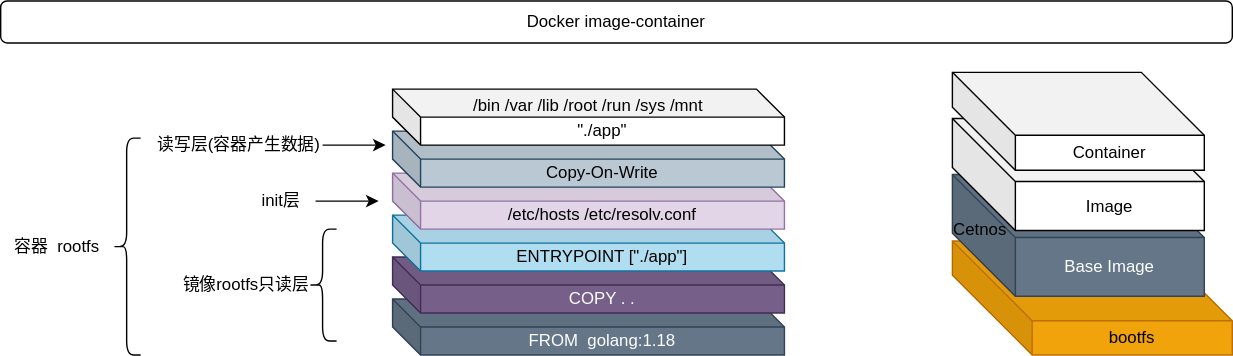
cd-home/Root keeps this draw.io diagram as 10-容器与容器云/00-Docker/images/docker-images.svg. Above is the earlier version. Source tidied: cells renumbered, new cells last; positions are measured from the earlier drawing's top-left corner, leaving out a move shared by most shapes. The source it was exported from:
```xml
<mxGraphModel>
  <root>
    <mxCell id="0" />
    <mxCell id="1" parent="0" />
    <mxCell id="2" value="Docker image-container" style="rounded=1;whiteSpace=wrap;html=1;" parent="1" vertex="1">
      <mxGeometry width="880" height="30" as="geometry" />
    </mxCell>
    <mxCell id="3" style="edgeStyle=orthogonalEdgeStyle;rounded=0;orthogonalLoop=1;jettySize=auto;html=1;exitX=0.5;exitY=1;exitDx=0;exitDy=0;" parent="1" edge="1" source="2" target="2">
      <mxGeometry relative="1" as="geometry" />
    </mxCell>
    <mxCell id="4" value="FROM&amp;nbsp; golang:1.18" style="shape=cube;whiteSpace=wrap;html=1;boundedLbl=1;backgroundOutline=1;darkOpacity=0.05;darkOpacity2=0.1;fillColor=#647687;fontColor=#ffffff;strokeColor=#314354;" parent="1" vertex="1">
      <mxGeometry x="280" y="213" width="280" height="40" as="geometry" />
    </mxCell>
    <mxCell id="5" value="COPY . ." style="shape=cube;whiteSpace=wrap;html=1;boundedLbl=1;backgroundOutline=1;darkOpacity=0.05;darkOpacity2=0.1;fillColor=#76608a;fontColor=#ffffff;strokeColor=#432D57;" parent="1" vertex="1">
      <mxGeometry x="280" y="183" width="280" height="40" as="geometry" />
    </mxCell>
    <mxCell id="6" value="ENTRYPOINT [&quot;./app&quot;]" style="shape=cube;whiteSpace=wrap;html=1;boundedLbl=1;backgroundOutline=1;darkOpacity=0.05;darkOpacity2=0.1;fillColor=#b1ddf0;strokeColor=#10739e;" parent="1" vertex="1">
      <mxGeometry x="280" y="153" width="280" height="40" as="geometry" />
    </mxCell>
    <mxCell id="7" value="/etc/hosts /etc/resolv.conf" style="shape=cube;whiteSpace=wrap;html=1;boundedLbl=1;backgroundOutline=1;darkOpacity=0.05;darkOpacity2=0.1;fillColor=#e1d5e7;strokeColor=#9673a6;" parent="1" vertex="1">
      <mxGeometry x="280" y="123" width="280" height="40" as="geometry" />
    </mxCell>
    <mxCell id="8" value="Copy-On-Write" style="shape=cube;whiteSpace=wrap;html=1;boundedLbl=1;backgroundOutline=1;darkOpacity=0.05;darkOpacity2=0.1;fillColor=#bac8d3;strokeColor=#23445d;" parent="1" vertex="1">
      <mxGeometry x="280" y="93" width="280" height="40" as="geometry" />
    </mxCell>
    <mxCell id="9" value="&quot;./app&quot;" style="shape=cube;whiteSpace=wrap;html=1;boundedLbl=1;backgroundOutline=1;darkOpacity=0.05;darkOpacity2=0.1;" parent="1" vertex="1">
      <mxGeometry x="280" y="63" width="280" height="40" as="geometry" />
    </mxCell>
    <mxCell id="10" value="/bin /var /lib /root /run /sys /mnt" style="text;html=1;strokeColor=none;fillColor=none;align=center;verticalAlign=middle;whiteSpace=wrap;rounded=0;" parent="1" vertex="1">
      <mxGeometry x="335" y="60" width="170" height="30" as="geometry" />
    </mxCell>
    <mxCell id="11" style="shape=curlyBracket;whiteSpace=wrap;html=1;rounded=1;" parent="1" vertex="1">
      <mxGeometry x="220" y="163" width="20" height="80" as="geometry" />
    </mxCell>
    <mxCell id="12" value="镜像rootfs只读层" style="text;html=1;align=center;verticalAlign=middle;strokeColor=none;fillColor=none;" parent="1" vertex="1">
      <mxGeometry x="120" y="188" width="110" height="30" as="geometry" />
    </mxCell>
    <mxCell id="13" style="endArrow=classic;html=1;rounded=0;" parent="1" edge="1" source="14">
      <mxGeometry relative="1" as="geometry">
        <mxPoint x="270" y="143" as="targetPoint" />
      </mxGeometry>
    </mxCell>
    <mxCell id="14" value="init层" style="text;html=1;align=center;verticalAlign=middle;points=[];strokeColor=none;fillColor=none;" parent="1" vertex="1">
      <mxGeometry x="175" y="128" width="50" height="30" as="geometry" />
    </mxCell>
    <mxCell id="15" style="endArrow=classic;html=1;rounded=0;" parent="1" edge="1">
      <mxGeometry relative="1" as="geometry">
        <mxPoint x="230" y="103" as="sourcePoint" />
        <mxPoint x="275" y="103" as="targetPoint" />
      </mxGeometry>
    </mxCell>
    <mxCell id="16" value="读写层(容器产生数据)" style="text;html=1;align=center;verticalAlign=middle;strokeColor=none;fillColor=none;" parent="1" vertex="1">
      <mxGeometry x="100" y="88" width="140" height="30" as="geometry" />
    </mxCell>
    <mxCell id="17" style="shape=curlyBracket;whiteSpace=wrap;html=1;rounded=1;" parent="1" vertex="1">
      <mxGeometry x="80" y="98" width="20" height="155" as="geometry" />
    </mxCell>
    <mxCell id="18" value="容器&amp;nbsp; rootfs" style="text;html=1;align=center;verticalAlign=middle;strokeColor=none;fillColor=none;" parent="1" vertex="1">
      <mxGeometry y="160.5" width="80" height="30" as="geometry" />
    </mxCell>
    <mxCell id="19" value="bootfs" style="shape=cube;whiteSpace=wrap;html=1;boundedLbl=1;backgroundOutline=1;darkOpacity=0.05;darkOpacity2=0.1;size=57;fillColor=#f0a30a;strokeColor=#BD7000;fontColor=#000000;" parent="1" vertex="1">
      <mxGeometry x="680" y="171.5" width="200" height="81.5" as="geometry" />
    </mxCell>
    <mxCell id="20" value="Base Image" style="shape=cube;whiteSpace=wrap;html=1;boundedLbl=1;backgroundOutline=1;darkOpacity=0.05;darkOpacity2=0.1;size=45;fillColor=#647687;fontColor=#ffffff;strokeColor=#314354;" parent="1" vertex="1">
      <mxGeometry x="680" y="124" width="180" height="87" as="geometry" />
    </mxCell>
    <mxCell id="21" value="Image" style="shape=cube;whiteSpace=wrap;html=1;boundedLbl=1;backgroundOutline=1;darkOpacity=0.05;darkOpacity2=0.1;size=45;" parent="1" vertex="1">
      <mxGeometry x="680" y="84" width="180" height="80" as="geometry" />
    </mxCell>
    <mxCell id="22" value="Container" style="shape=cube;whiteSpace=wrap;html=1;boundedLbl=1;backgroundOutline=1;darkOpacity=0.05;darkOpacity2=0.1;size=45;" parent="1" vertex="1">
      <mxGeometry x="680" y="51" width="180" height="70" as="geometry" />
    </mxCell>
    <mxCell id="23" value="Cetnos" style="text;html=1;strokeColor=none;fillColor=none;align=center;verticalAlign=middle;whiteSpace=wrap;rounded=0;" parent="1" vertex="1">
      <mxGeometry x="670" y="149" width="60" height="30" as="geometry" />
    </mxCell>
  </root>
</mxGraphModel>
```
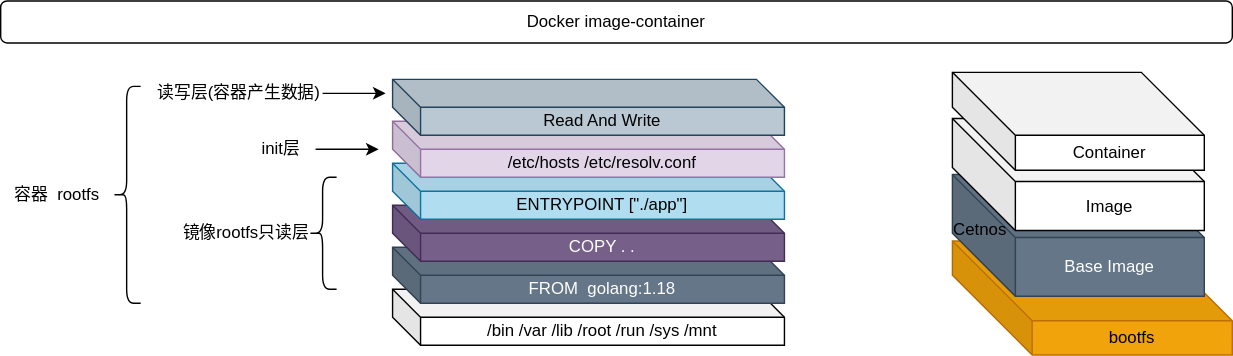
The same file after the commit.

Commit message:
😀🌴⭐🌎☀️🌈🌽: Docker Arch

The edit, as a diff of the source:
```diff
@@ -2,8 +2,11 @@
   <root>
     <mxCell id="0" />
     <mxCell id="1" parent="0" />
+    <mxCell id="9" value="/bin /var /lib /root /run /sys /mnt" style="shape=cube;whiteSpace=wrap;html=1;boundedLbl=1;backgroundOutline=1;darkOpacity=0.05;darkOpacity2=0.1;" parent="1" vertex="1">
+      <mxGeometry x="280" y="243" width="280" height="40" as="geometry" />
+    </mxCell>
     <mxCell id="2" value="Docker image-container" style="rounded=1;whiteSpace=wrap;html=1;" parent="1" vertex="1">
-      <mxGeometry width="880" height="30" as="geometry" />
+      <mxGeometry y="37" width="880" height="30" as="geometry" />
     </mxCell>
     <mxCell id="3" style="edgeStyle=orthogonalEdgeStyle;rounded=0;orthogonalLoop=1;jettySize=auto;html=1;exitX=0.5;exitY=1;exitDx=0;exitDy=0;" parent="1" edge="1" source="2" target="2">
       <mxGeometry relative="1" as="geometry" />
@@ -20,15 +23,9 @@
     <mxCell id="7" value="/etc/hosts /etc/resolv.conf" style="shape=cube;whiteSpace=wrap;html=1;boundedLbl=1;backgroundOutline=1;darkOpacity=0.05;darkOpacity2=0.1;fillColor=#e1d5e7;strokeColor=#9673a6;" parent="1" vertex="1">
       <mxGeometry x="280" y="123" width="280" height="40" as="geometry" />
     </mxCell>
-    <mxCell id="8" value="Copy-On-Write" style="shape=cube;whiteSpace=wrap;html=1;boundedLbl=1;backgroundOutline=1;darkOpacity=0.05;darkOpacity2=0.1;fillColor=#bac8d3;strokeColor=#23445d;" parent="1" vertex="1">
+    <mxCell id="8" value="Read And Write" style="shape=cube;whiteSpace=wrap;html=1;boundedLbl=1;backgroundOutline=1;darkOpacity=0.05;darkOpacity2=0.1;fillColor=#bac8d3;strokeColor=#23445d;" parent="1" vertex="1">
       <mxGeometry x="280" y="93" width="280" height="40" as="geometry" />
     </mxCell>
-    <mxCell id="9" value="&quot;./app&quot;" style="shape=cube;whiteSpace=wrap;html=1;boundedLbl=1;backgroundOutline=1;darkOpacity=0.05;darkOpacity2=0.1;" parent="1" vertex="1">
-      <mxGeometry x="280" y="63" width="280" height="40" as="geometry" />
-    </mxCell>
-    <mxCell id="10" value="/bin /var /lib /root /run /sys /mnt" style="text;html=1;strokeColor=none;fillColor=none;align=center;verticalAlign=middle;whiteSpace=wrap;rounded=0;" parent="1" vertex="1">
-      <mxGeometry x="335" y="60" width="170" height="30" as="geometry" />
-    </mxCell>
     <mxCell id="11" style="shape=curlyBracket;whiteSpace=wrap;html=1;rounded=1;" parent="1" vertex="1">
       <mxGeometry x="220" y="163" width="20" height="80" as="geometry" />
     </mxCell>
@@ -59,19 +56,19 @@
       <mxGeometry y="160.5" width="80" height="30" as="geometry" />
     </mxCell>
     <mxCell id="19" value="bootfs" style="shape=cube;whiteSpace=wrap;html=1;boundedLbl=1;backgroundOutline=1;darkOpacity=0.05;darkOpacity2=0.1;size=57;fillColor=#f0a30a;strokeColor=#BD7000;fontColor=#000000;" parent="1" vertex="1">
-      <mxGeometry x="680" y="171.5" width="200" height="81.5" as="geometry" />
+      <mxGeometry x="680" y="208.5" width="200" height="81.5" as="geometry" />
     </mxCell>
     <mxCell id="20" value="Base Image" style="shape=cube;whiteSpace=wrap;html=1;boundedLbl=1;backgroundOutline=1;darkOpacity=0.05;darkOpacity2=0.1;size=45;fillColor=#647687;fontColor=#ffffff;strokeColor=#314354;" parent="1" vertex="1">
-      <mxGeometry x="680" y="124" width="180" height="87" as="geometry" />
+      <mxGeometry x="680" y="161" width="180" height="87" as="geometry" />
     </mxCell>
     <mxCell id="21" value="Image" style="shape=cube;whiteSpace=wrap;html=1;boundedLbl=1;backgroundOutline=1;darkOpacity=0.05;darkOpacity2=0.1;size=45;" parent="1" vertex="1">
-      <mxGeometry x="680" y="84" width="180" height="80" as="geometry" />
+      <mxGeometry x="680" y="121" width="180" height="80" as="geometry" />
     </mxCell>
     <mxCell id="22" value="Container" style="shape=cube;whiteSpace=wrap;html=1;boundedLbl=1;backgroundOutline=1;darkOpacity=0.05;darkOpacity2=0.1;size=45;" parent="1" vertex="1">
-      <mxGeometry x="680" y="51" width="180" height="70" as="geometry" />
+      <mxGeometry x="680" y="88" width="180" height="70" as="geometry" />
     </mxCell>
     <mxCell id="23" value="Cetnos" style="text;html=1;strokeColor=none;fillColor=none;align=center;verticalAlign=middle;whiteSpace=wrap;rounded=0;" parent="1" vertex="1">
-      <mxGeometry x="670" y="149" width="60" height="30" as="geometry" />
+      <mxGeometry x="670" y="186" width="60" height="30" as="geometry" />
     </mxCell>
   </root>
 </mxGraphModel>
```
